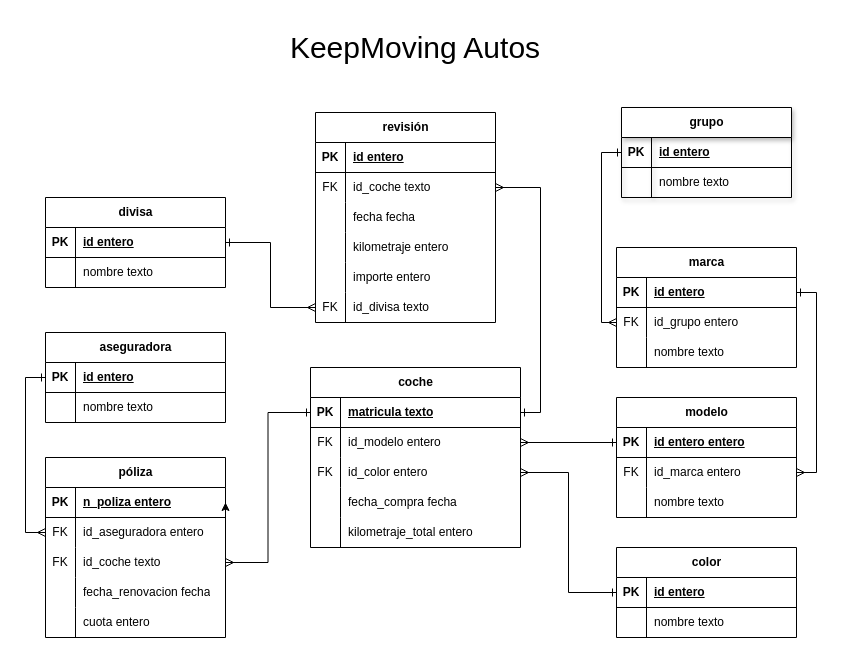
Before: KeepMoving Autos - ER.drawio in PaquitoGR/Practica-modelado-sql, a draw.io diagram. Source tidied: cells renumbered, new cells numbered last; positions are measured from the earlier drawing's top-left corner, leaving out a move shared by most shapes. Both pictures are drawn from the tidied source at 100%, with x=0, y=0 at pixel (45, 17).
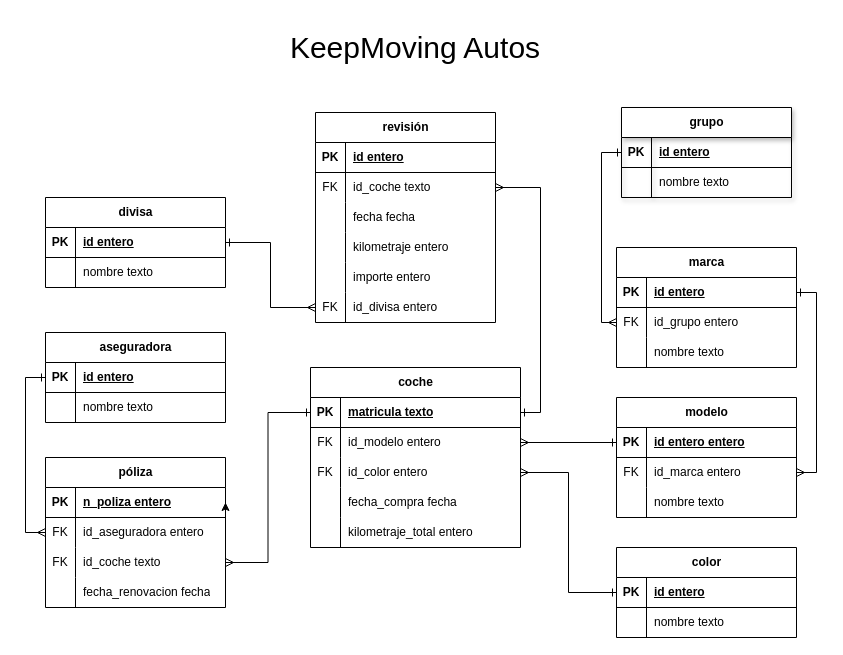
The same page after the edit.

The change refers to these unchanged cells:
```xml
<mxCell id="103" style="shape=tableRow;horizontal=0;startSize=0;swimlaneHead=0;swimlaneBody=0;fillColor=none;points=[[0,0.5],[1,0.5]];portConstraint=eastwest;top=0;left=0;right=0;bottom=0;" parent="87" vertex="1">
  <mxGeometry y="180" width="180" height="30" as="geometry" />
</mxCell>
```

Change to the diagram source:
```diff
@@
     <mxCell id="54" value="póliza" style="shape=table;startSize=30;childLayout=tableLayout;rowLines=0;fontStyle=1;align=center;html=1;" parent="1" vertex="1">
-      <mxGeometry y="440" width="180" height="180" as="geometry" />
+      <mxGeometry y="440" width="180" height="150" as="geometry" />
     </mxCell>
@@
-    <mxCell id="67" style="shape=tableRow;horizontal=0;startSize=0;swimlaneHead=0;swimlaneBody=0;fillColor=none;top=0;left=0;right=0;bottom=0;" parent="54" vertex="1">
-      <mxGeometry y="150" width="180" height="30" as="geometry" />
-    </mxCell>
-    <mxCell id="68" style="shape=partialRectangle;fillColor=none;top=0;left=0;bottom=0;right=0;overflow=hidden;whiteSpace=wrap;html=1;" parent="67" vertex="1">
-      <mxGeometry width="30" height="30" as="geometry" />
-    </mxCell>
-    <mxCell id="69" value="cuota entero" style="shape=partialRectangle;fillColor=none;top=0;left=0;bottom=0;right=0;align=left;spacingLeft=6;overflow=hidden;whiteSpace=wrap;html=1;" parent="67" vertex="1">
-      <mxGeometry x="30" width="150" height="30" as="geometry" />
-    </mxCell>
@@
-    <mxCell id="105" value="id_divisa texto" style="shape=partialRectangle;fillColor=none;top=0;left=0;bottom=0;right=0;align=left;spacingLeft=6;overflow=hidden;whiteSpace=wrap;html=1;" parent="103" vertex="1">
+    <mxCell id="105" value="id_divisa entero" style="shape=partialRectangle;fillColor=none;top=0;left=0;bottom=0;right=0;align=left;spacingLeft=6;overflow=hidden;whiteSpace=wrap;html=1;" parent="103" vertex="1">
       <mxGeometry x="30" width="150" height="30" as="geometry" />
     </mxCell>
```
